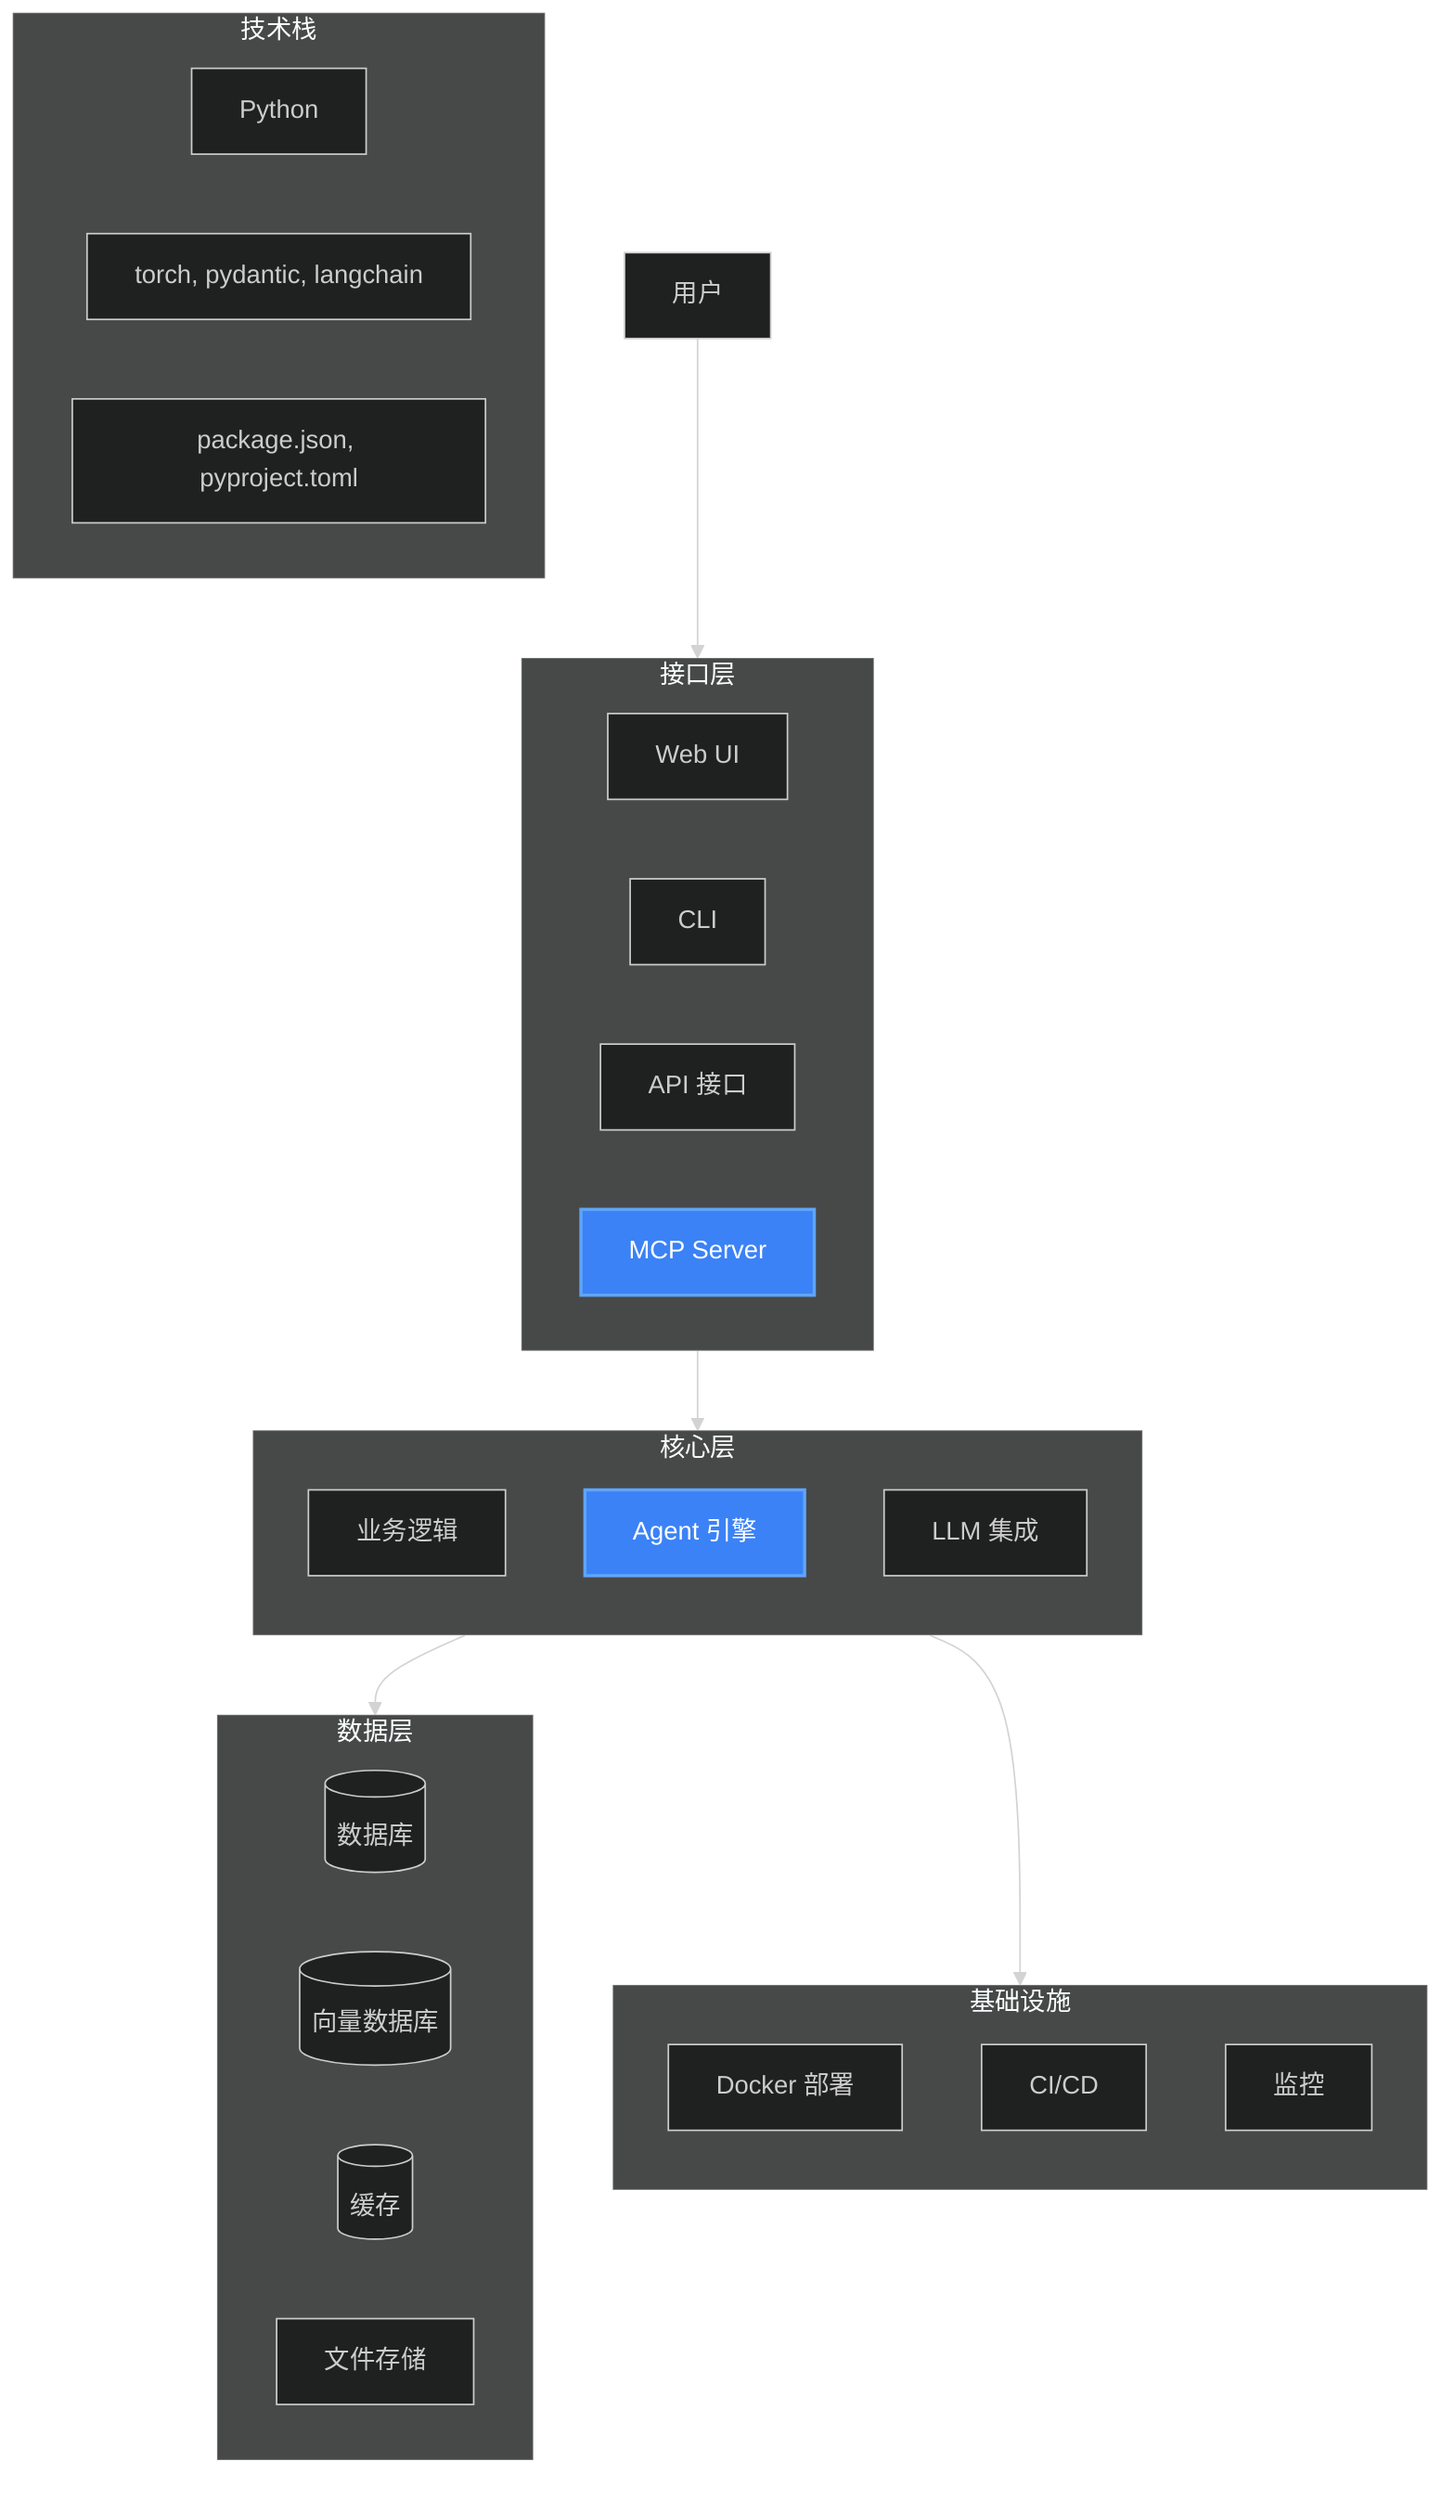
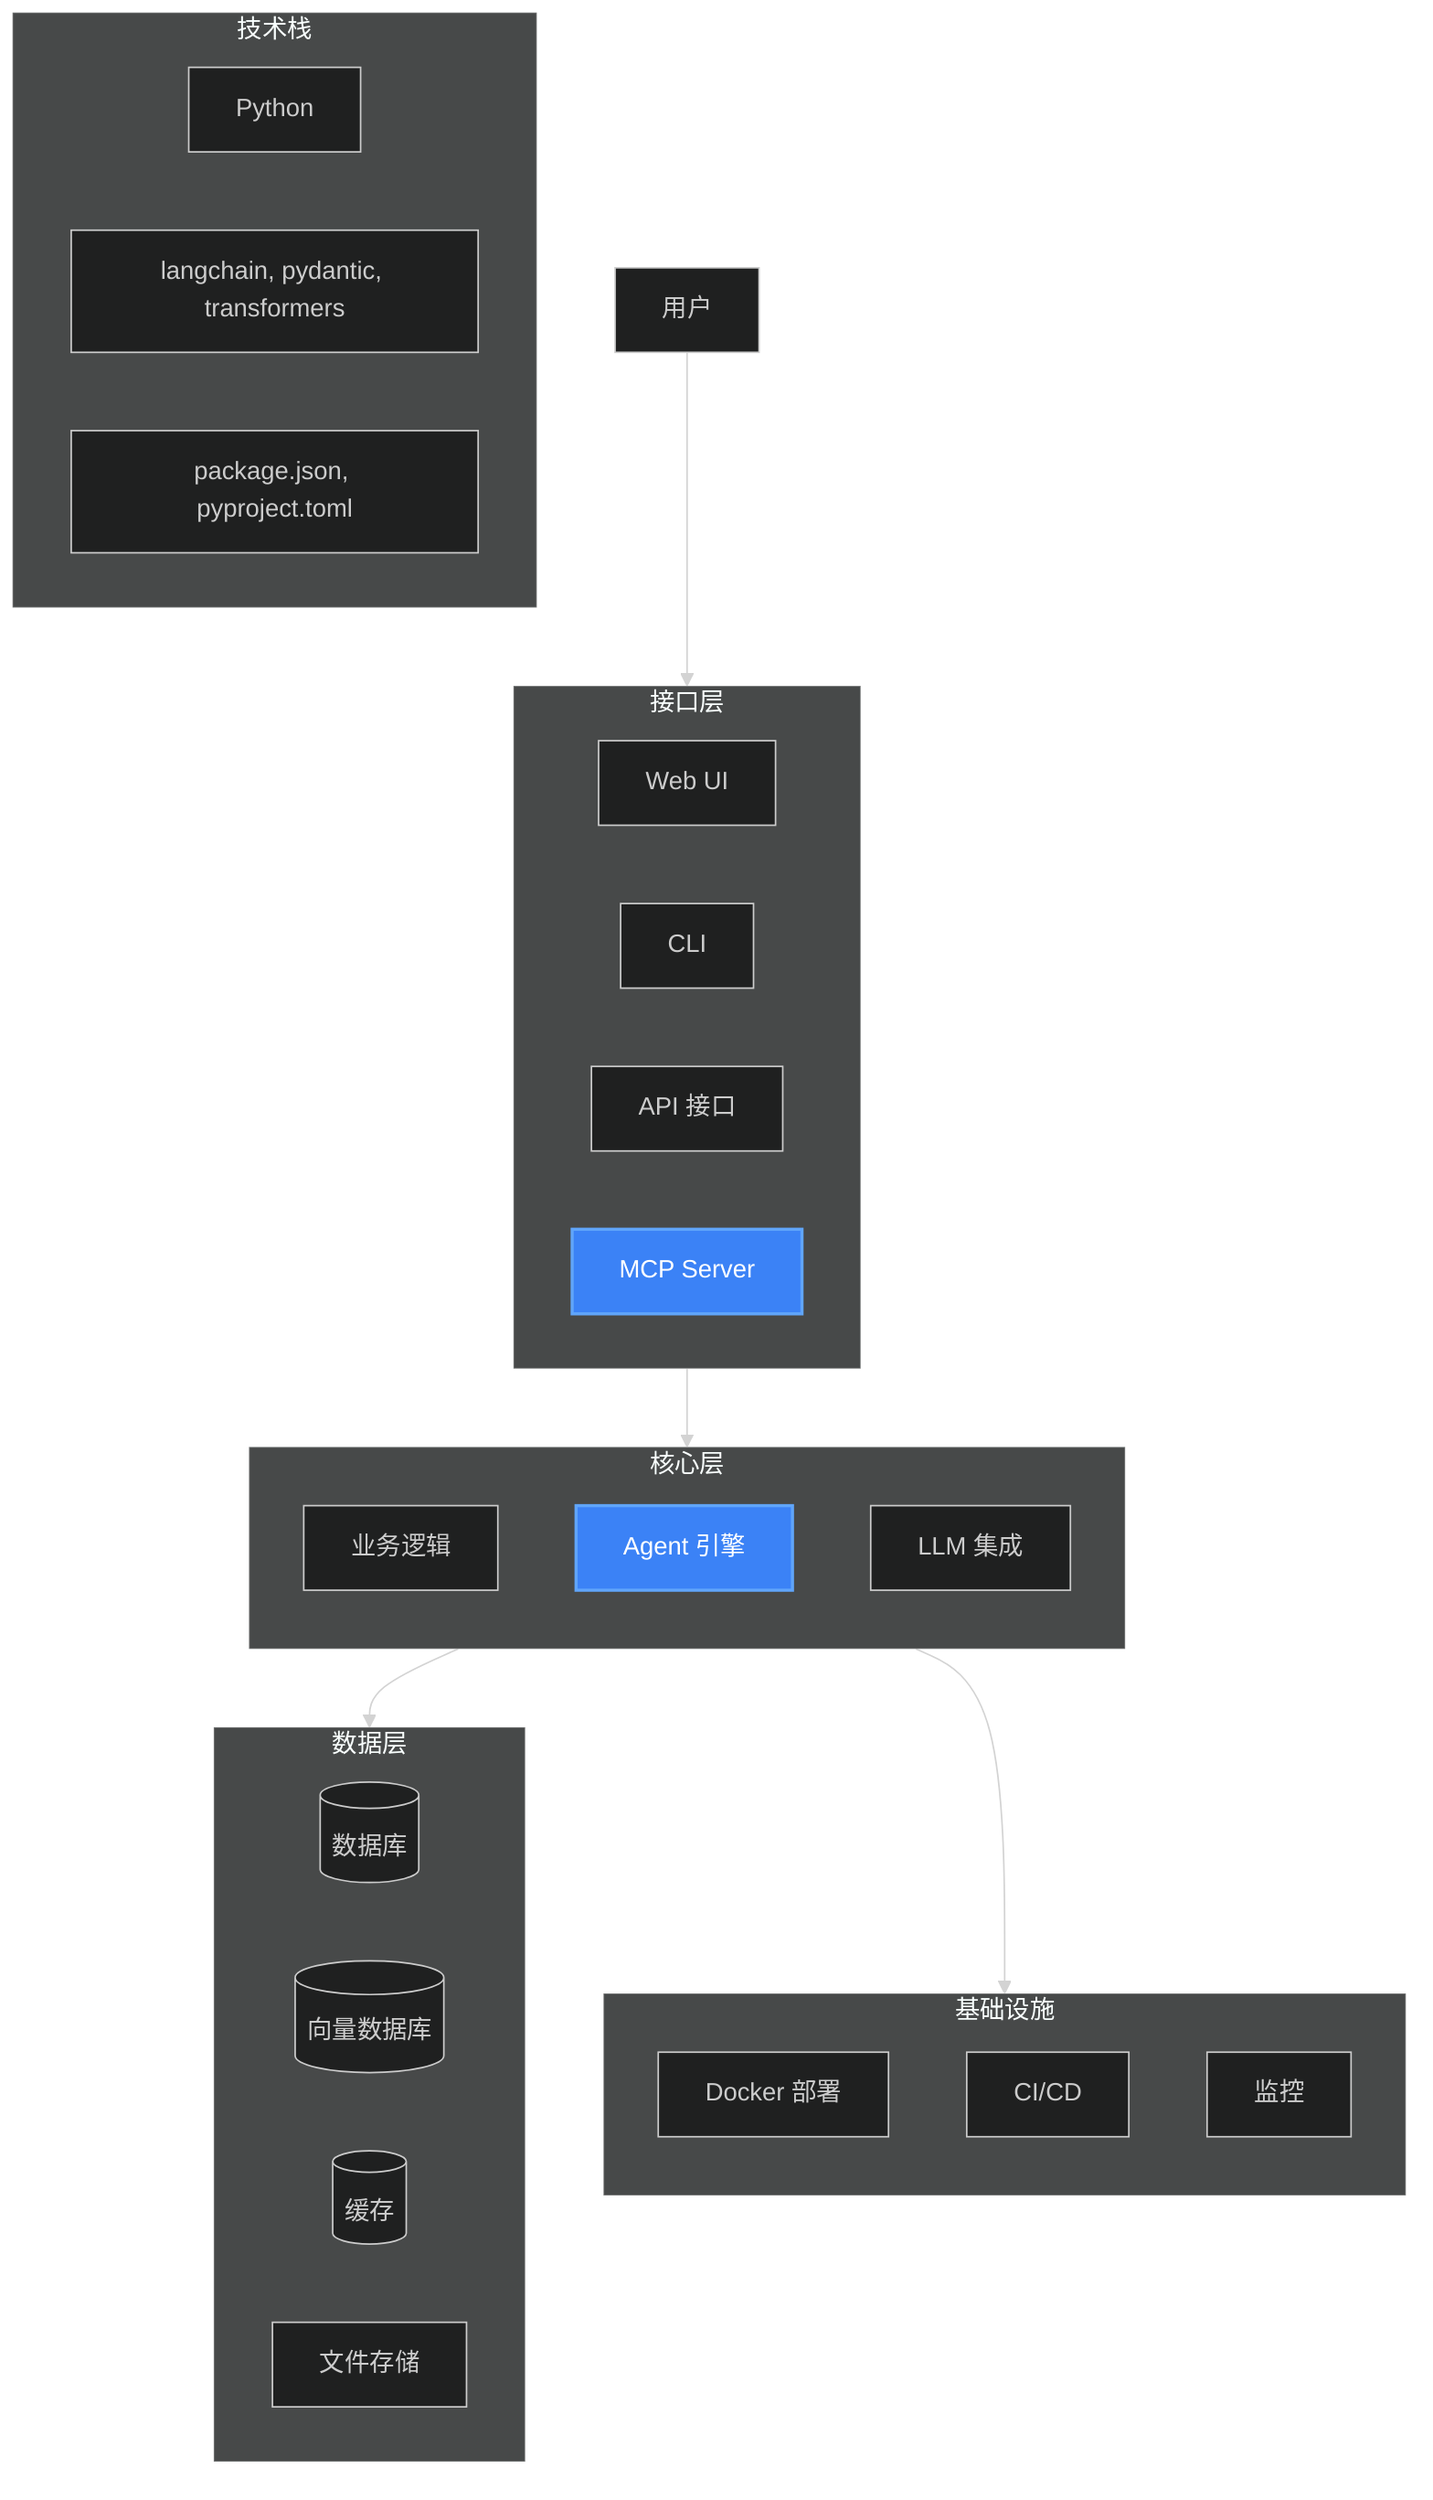
%%{init: {'theme': 'dark'}}%%
graph TB
    User[用户] --> Interface[接口层]

    subgraph Interface[接口层]
        direction LR
        WebUI[Web UI]
        CLI[CLI]
        API[API 接口]
        MCP[MCP Server]:::highlight
    end

    subgraph Core[核心层]
        direction TB
        Business[业务逻辑]
        AgentEngine[Agent 引擎]:::highlight
        LLM[LLM 集成]
    end

    subgraph Data[数据层]
        direction LR
        Database[(数据库)]
        VectorDB[(向量数据库)]
        Cache[(缓存)]
        Files[文件存储]
    end

    subgraph Infra[基础设施]
        direction TB
        Docker[Docker 部署]
        CI/CD[CI/CD]
        Monitoring[监控]
    end

    Interface --> Core
    Core --> Data
    Core --> Infra

    classDef highlight fill:#3b82f6,stroke:#60a5fa,stroke-width:2px,color:white

    %% 技术栈信息
    subgraph TechStack[技术栈]
        direction LR
        Lang[Python]
-         FW[torch, pydantic, langchain]
+         FW[langchain, pydantic, transformers]
        Deps[package.json, pyproject.toml]
    end
